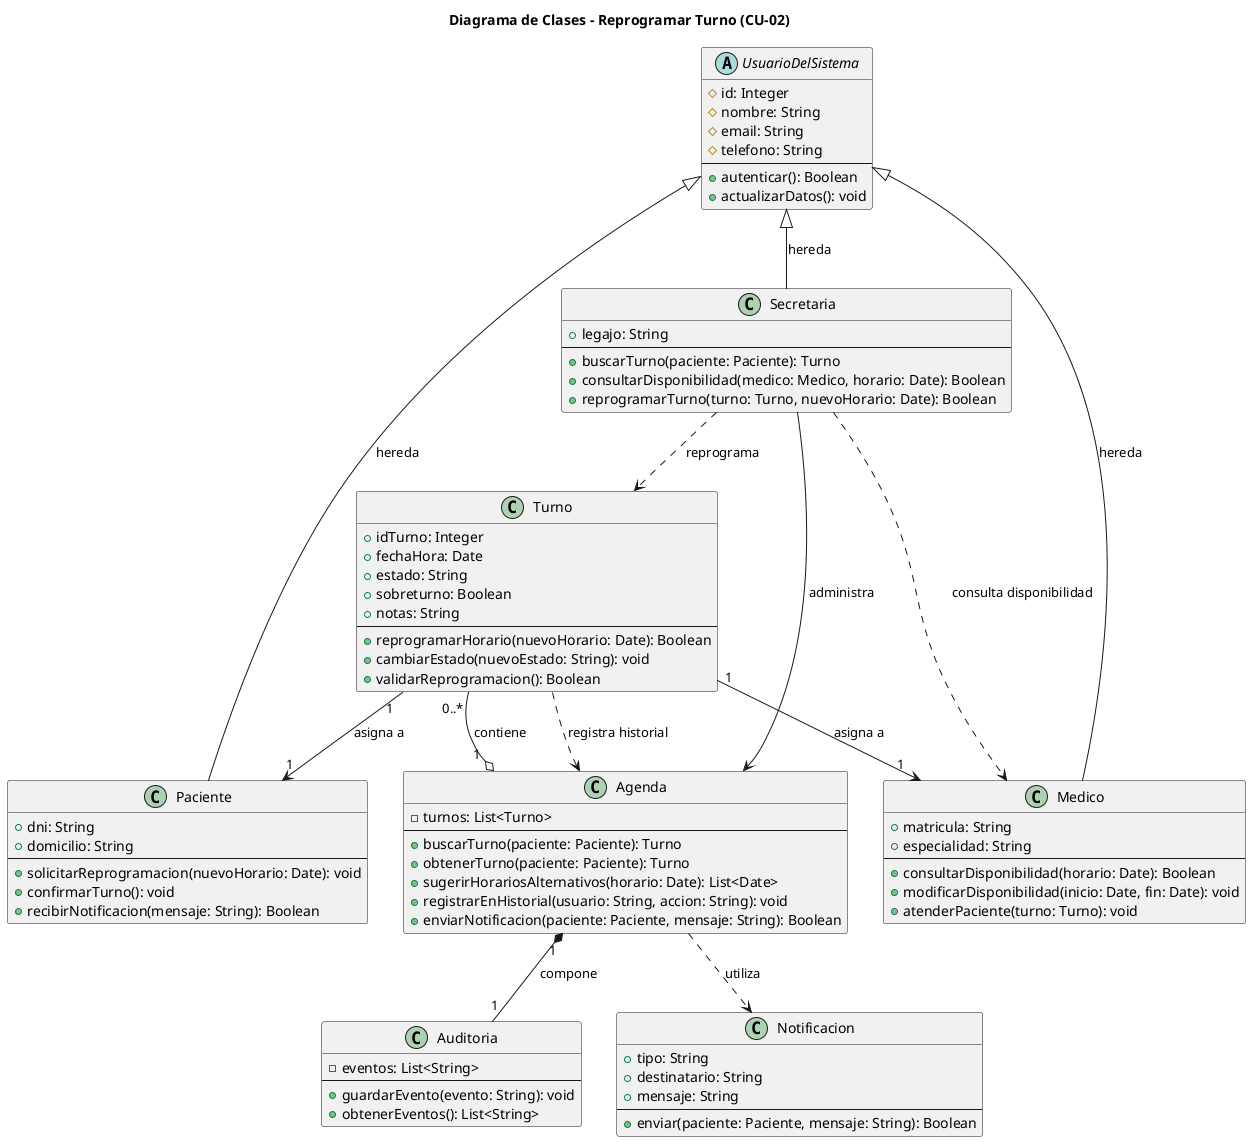
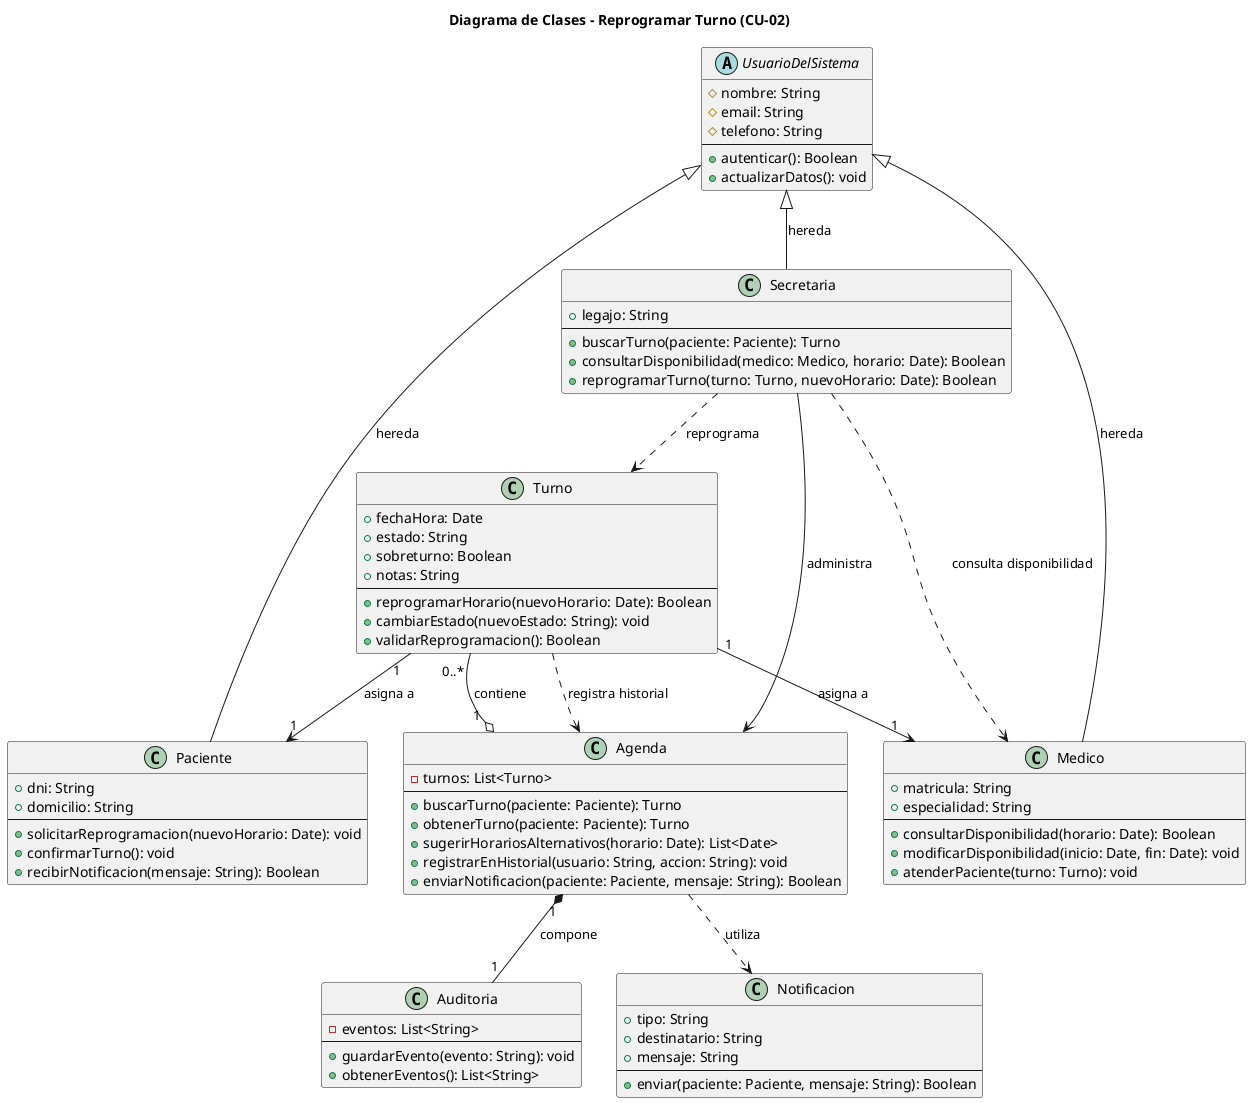
@startuml

title Diagrama de Clases - Reprogramar Turno (CU-02)

abstract class UsuarioDelSistema {
-   # id: Integer
  # nombre: String
  # email: String
  # telefono: String
  --
  + autenticar(): Boolean
  + actualizarDatos(): void
}


class Paciente {
  + dni: String
  + domicilio: String
  --
  + solicitarReprogramacion(nuevoHorario: Date): void
  + confirmarTurno(): void
  + recibirNotificacion(mensaje: String): Boolean
}

class Secretaria {
  + legajo: String
  --
  + buscarTurno(paciente: Paciente): Turno
  + consultarDisponibilidad(medico: Medico, horario: Date): Boolean
  + reprogramarTurno(turno: Turno, nuevoHorario: Date): Boolean
}

class Medico {
  + matricula: String
  + especialidad: String
  --
  + consultarDisponibilidad(horario: Date): Boolean
  + modificarDisponibilidad(inicio: Date, fin: Date): void
  + atenderPaciente(turno: Turno): void
}
class Turno {
-   + idTurno: Integer
  + fechaHora: Date
  + estado: String
  + sobreturno: Boolean
  + notas: String
  --
  + reprogramarHorario(nuevoHorario: Date): Boolean
  + cambiarEstado(nuevoEstado: String): void
  + validarReprogramacion(): Boolean
}


class Agenda {
  - turnos: List<Turno>
  --
  + buscarTurno(paciente: Paciente): Turno
  + obtenerTurno(paciente: Paciente): Turno
  + sugerirHorariosAlternativos(horario: Date): List<Date>
  + registrarEnHistorial(usuario: String, accion: String): void
  + enviarNotificacion(paciente: Paciente, mensaje: String): Boolean
}


class Auditoria {
  - eventos: List<String>
  --
  + guardarEvento(evento: String): void
  + obtenerEventos(): List<String>
}

class Notificacion {
  + tipo: String
  + destinatario: String
  + mensaje: String
  --
  + enviar(paciente: Paciente, mensaje: String): Boolean
}


UsuarioDelSistema <|-- Paciente : hereda
UsuarioDelSistema <|-- Secretaria : hereda
UsuarioDelSistema <|-- Medico : hereda

Secretaria --> Agenda : administra
Secretaria ..> Medico : consulta disponibilidad
Secretaria ..> Turno : reprograma

Agenda "1" o-- "0..*" Turno : contiene
Agenda "1" *-- "1" Auditoria : compone
Agenda ..> Notificacion : utiliza

Turno "1" --> "1" Paciente : asigna a
Turno "1" --> "1" Medico : asigna a
Turno ..> Agenda : registra historial

@enduml